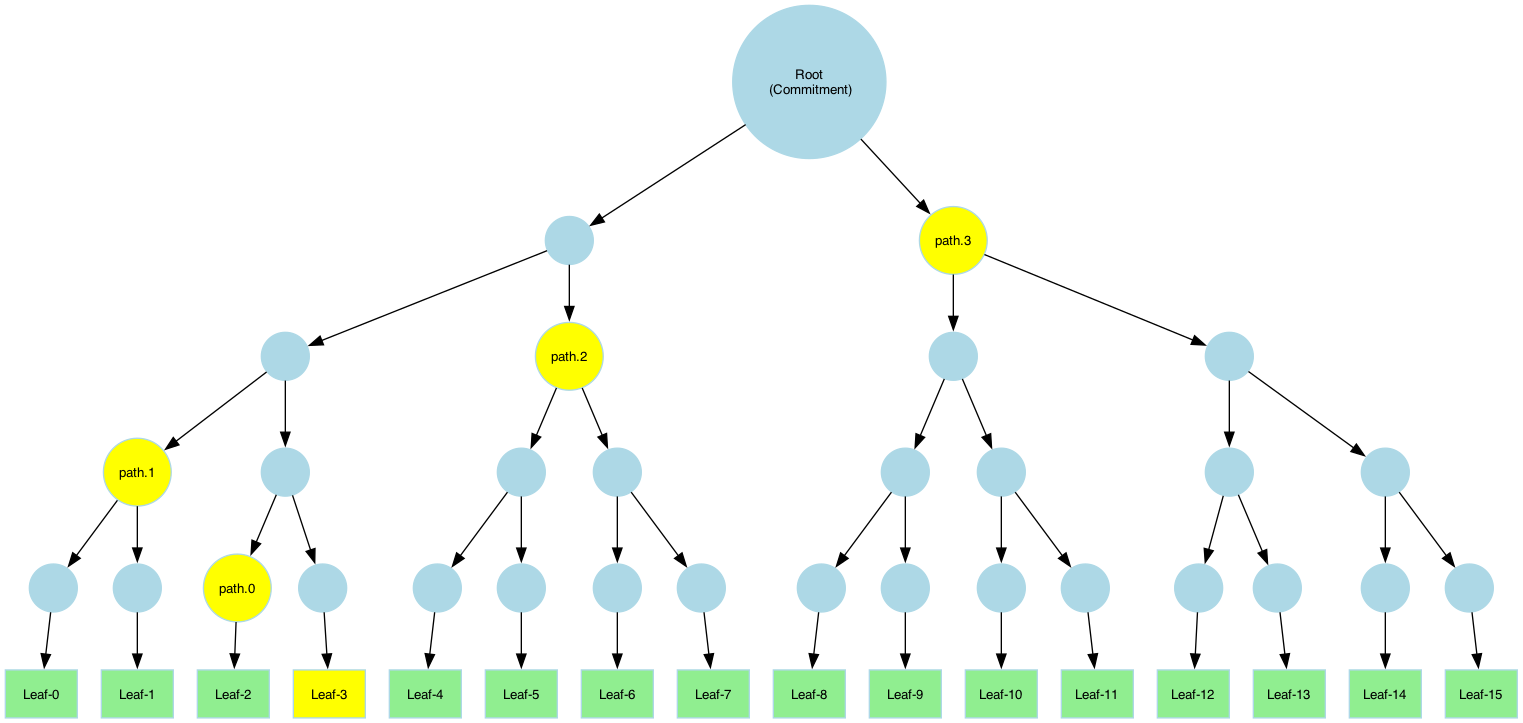
Above: docs/docs/icicle/primitives/merkle_diagrams/diagram1_path.png in ingonyama-zk/icicle (Graphviz), before the change. Its source is kept beside it as docs/docs/icicle/primitives/merkle_diagrams/diagram1_path.gv.
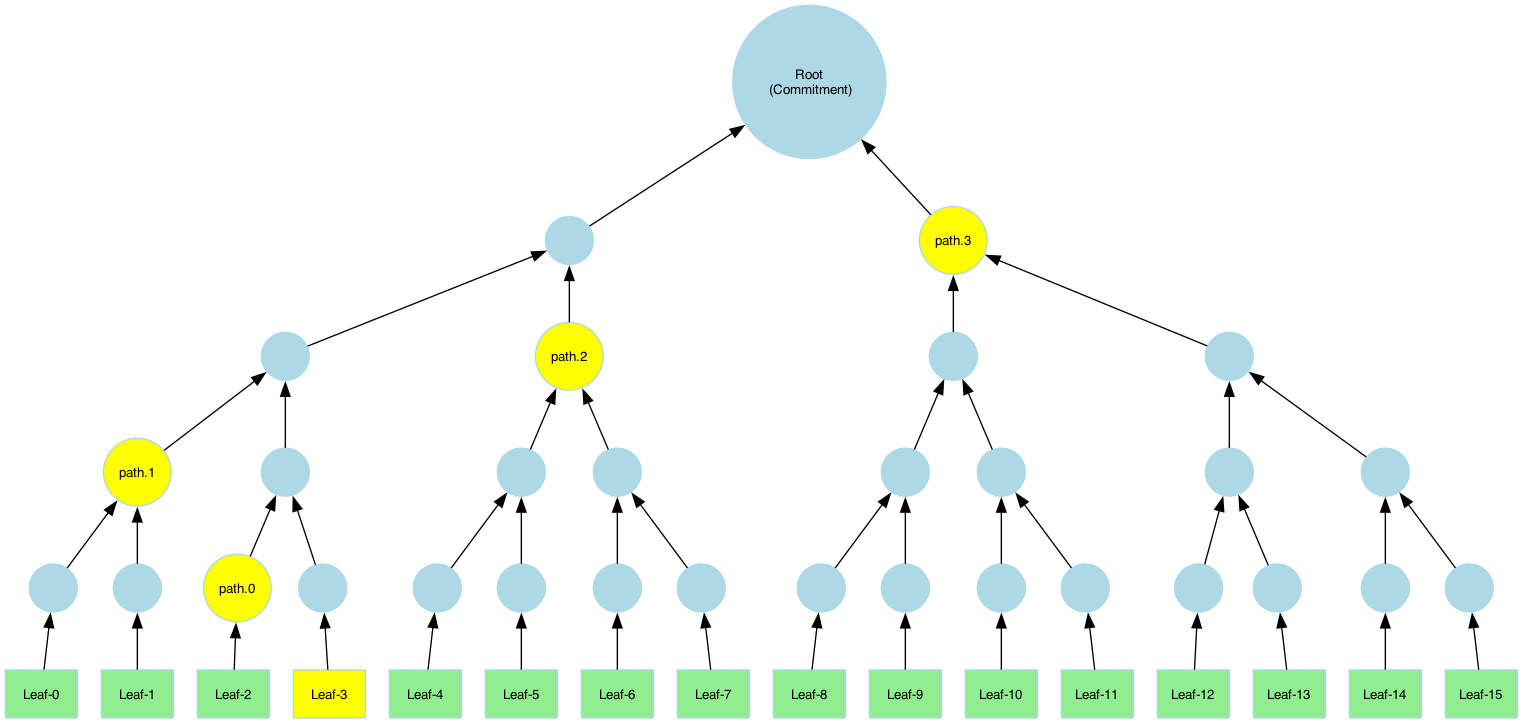
After the change.

Diff of the diagram source:
```diff
@@ -1,5 +1,5 @@
 digraph MerkleTree {
-    rankdir = TB;
+    rankdir = BT;
     node [shape = circle; style = filled; color = lightblue; fontname = "Helvetica"; fontsize = 10;];
 
     Root [label = "Root\n (Commitment)";];
@@ -56,55 +56,54 @@
     Leaf_14 [label = "Leaf-14";];
     Leaf_15 [label = "Leaf-15";];
 
+    L4_0 -> L3_0;
+    L4_1 -> L3_0;
+    L4_2 -> L3_1;
+    L4_3 -> L3_1;
+    L4_4 -> L3_2;
+    L4_5 -> L3_2;
+    L4_6 -> L3_3;
+    L4_7 -> L3_3;
+    L4_8 -> L3_4;
+    L4_9 -> L3_4;
+    L4_10 -> L3_5;
+    L4_11 -> L3_5;
+    L4_12 -> L3_6;
+    L4_13 -> L3_6;
+    L4_14 -> L3_7;
+    L4_15 -> L3_7;
 
-    Root -> L1_0;
-    Root -> L1_1;
+    L3_0 -> L2_0;
+    L3_1 -> L2_0;
+    L3_2 -> L2_1;
+    L3_3 -> L2_1;
+    L3_4 -> L2_2;
+    L3_5 -> L2_2;
+    L3_6 -> L2_3;
+    L3_7 -> L2_3;
 
-    L1_0 -> L2_0;
-    L1_0 -> L2_1;
-    L1_1 -> L2_2;
-    L1_1 -> L2_3;
+    L2_0 -> L1_0;
+    L2_1 -> L1_0;
+    L2_2 -> L1_1;
+    L2_3 -> L1_1;
 
-    L2_0 -> L3_0;
-    L2_0 -> L3_1;
-    L2_1 -> L3_2;
-    L2_1 -> L3_3;
-    L2_2 -> L3_4;
-    L2_2 -> L3_5;
-    L2_3 -> L3_6;
-    L2_3 -> L3_7;
+    L1_0 -> Root;
+    L1_1 -> Root;
 
-    L3_0 -> L4_0;
-    L3_0 -> L4_1;
-    L3_1 -> L4_2;
-    L3_1 -> L4_3;
-    L3_2 -> L4_4;
-    L3_2 -> L4_5;
-    L3_3 -> L4_6;
-    L3_3 -> L4_7;
-    L3_4 -> L4_8;
-    L3_4 -> L4_9;
-    L3_5 -> L4_10;
-    L3_5 -> L4_11;
-    L3_6 -> L4_12;
-    L3_6 -> L4_13;
-    L3_7 -> L4_14;
-    L3_7 -> L4_15;
-
-    L4_0 -> Leaf_0;
-    L4_1 -> Leaf_1;
-    L4_2 -> Leaf_2;
-    L4_3 -> Leaf_3;
-    L4_4 -> Leaf_4;
-    L4_5 -> Leaf_5;
-    L4_6 -> Leaf_6;
-    L4_7 -> Leaf_7;
-    L4_8 -> Leaf_8;
-    L4_9 -> Leaf_9;
-    L4_10 -> Leaf_10;
-    L4_11 -> Leaf_11;
-    L4_12 -> Leaf_12;
-    L4_13 -> Leaf_13;
-    L4_14 -> Leaf_14;
-    L4_15 -> Leaf_15;
+    Leaf_0 -> L4_0;
+    Leaf_1 -> L4_1;
+    Leaf_2 -> L4_2;
+    Leaf_3 -> L4_3;
+    Leaf_4 -> L4_4;
+    Leaf_5 -> L4_5;
+    Leaf_6 -> L4_6;
+    Leaf_7 -> L4_7;
+    Leaf_8 -> L4_8;
+    Leaf_9 -> L4_9;
+    Leaf_10 -> L4_10;
+    Leaf_11 -> L4_11;
+    Leaf_12 -> L4_12;
+    Leaf_13 -> L4_13;
+    Leaf_14 -> L4_14;
+    Leaf_15 -> L4_15;
 }
```
